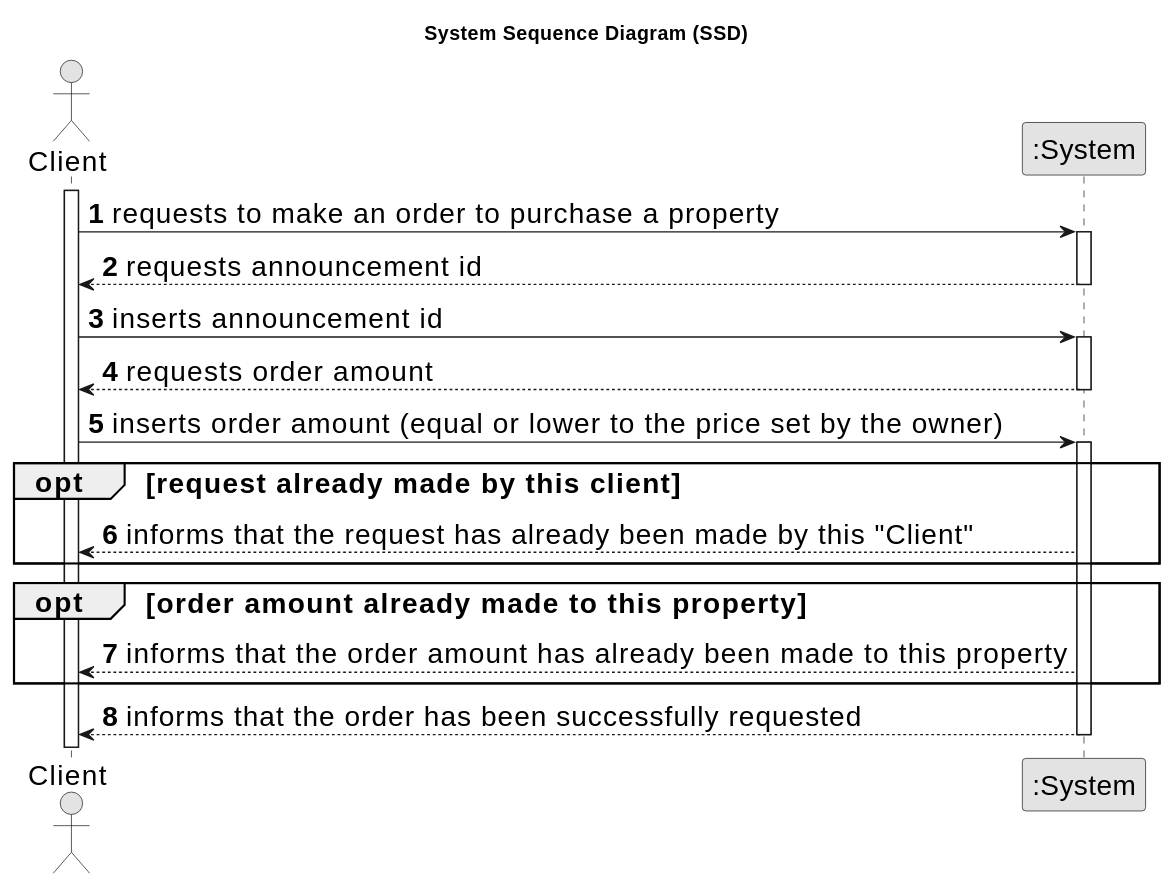
The PlantUML diagram docs/sprintC/us010/01.requirements-engineering/svg/us010-system-sequence-diagram.svg in Goncalves2525/real-estate-management-system, before a commit.
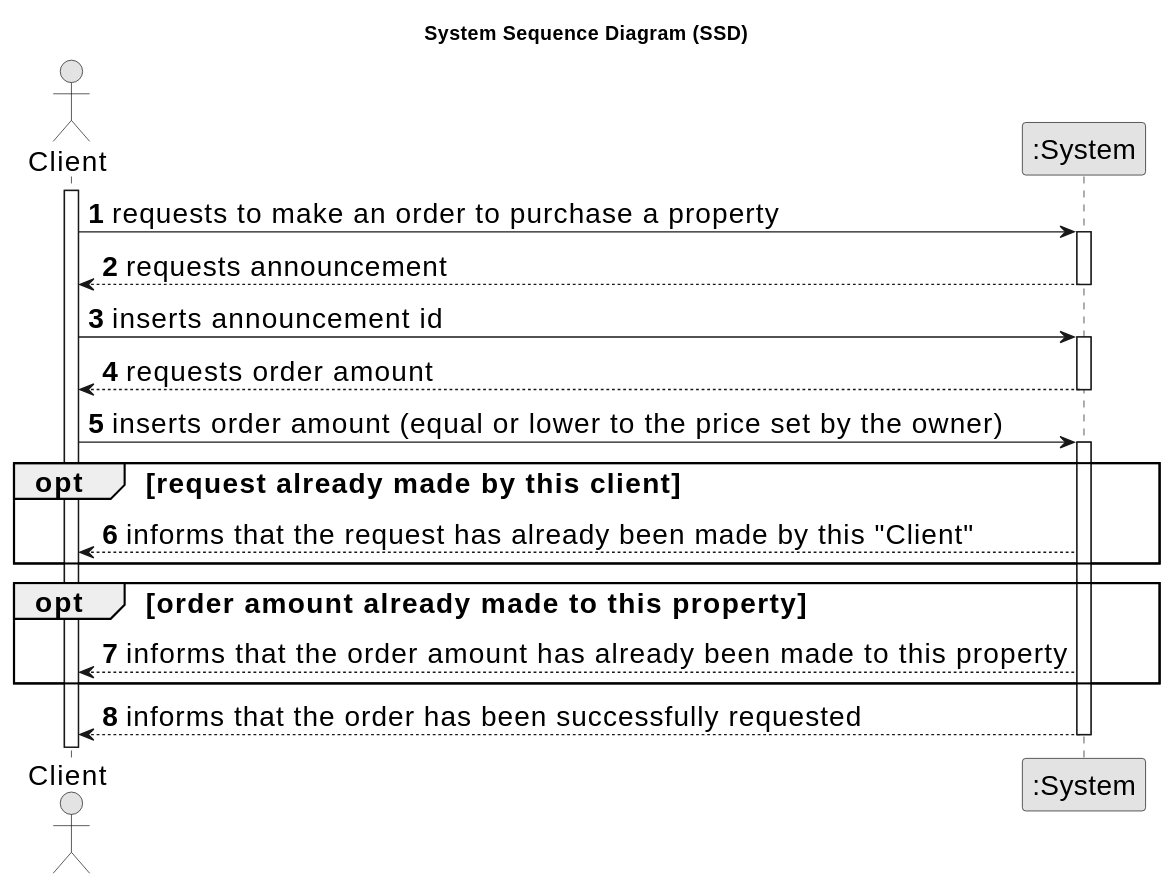
After the change.

What changed in the source:
```diff
@@ -16,7 +16,7 @@
     Client -> System : requests to make an order to purchase a property
     activate System
 
-    System --> Client : requests announcement id
+    System --> Client : requests announcement
     deactivate System
 
     Client -> System : inserts announcement id
```
